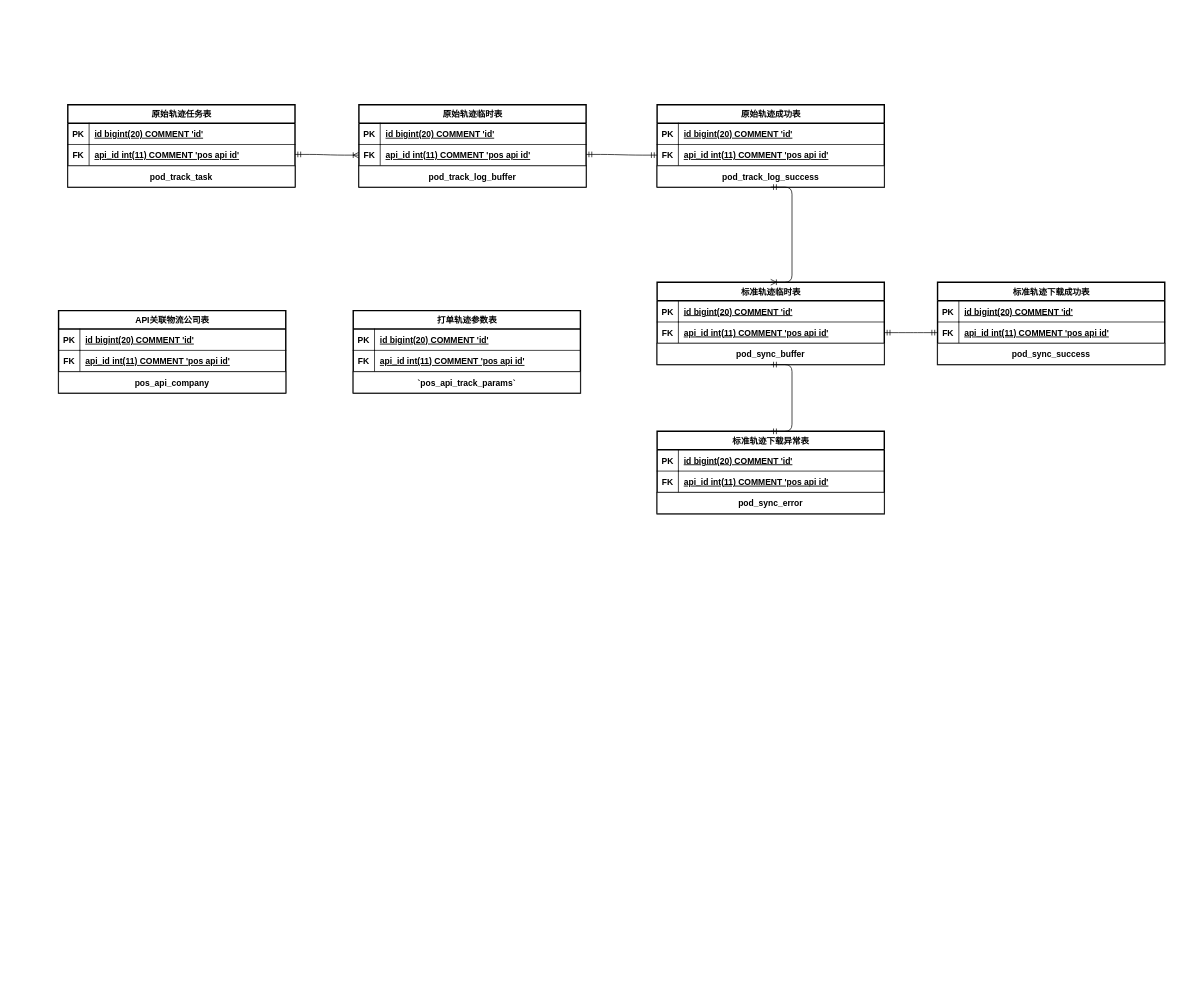
The draw.io diagram page "数据库表ER图" (1 of 4) of 平台轨迹.drawio in xianguigit/drawio, before the edit. Source tidied: cells renumbered, new cells numbered last; positions are measured from the earlier drawing's top-left corner, leaving out a move shared by most shapes. Both pictures are drawn from the tidied source at 71%, with x=0, y=0 at pixel (58, 104).
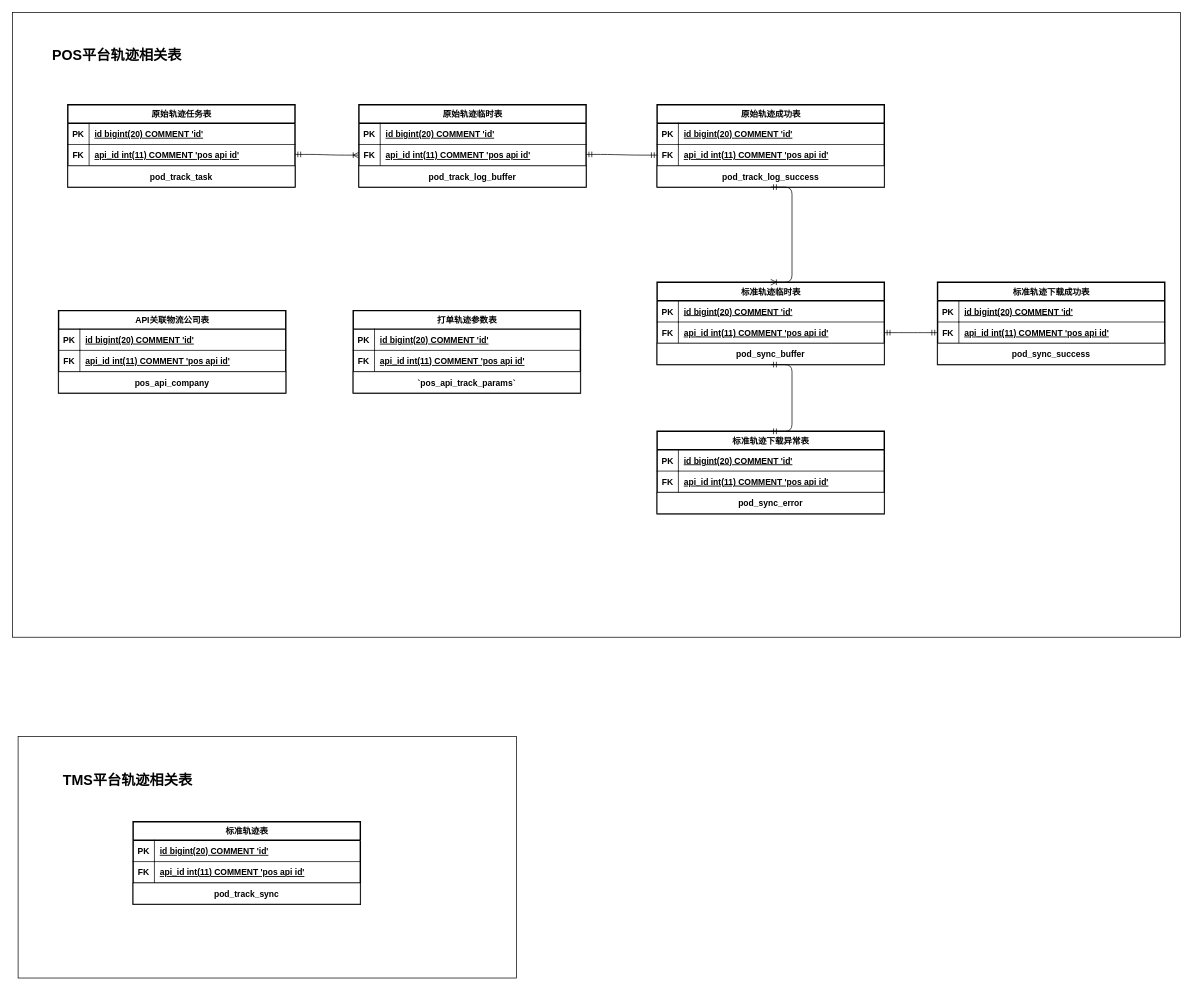
Above is the later version.

The edit, as a diff of the source:
```diff
@@
+    <mxCell id="71" style="rounded=0;whiteSpace=wrap;html=1;fontSize=20;fontColor=#000000;" parent="1" vertex="1">
+      <mxGeometry x="-65" y="-130" width="1645" height="880" as="geometry" />
+    </mxCell>
+    <mxCell id="72" value="&lt;b&gt;POS平台轨迹相关表&lt;/b&gt;" style="text;html=1;strokeColor=none;fillColor=none;align=center;verticalAlign=middle;whiteSpace=wrap;rounded=0;fontSize=20;fontColor=#000000;" parent="1" vertex="1">
+      <mxGeometry x="-10" y="-80" width="185" height="20" as="geometry" />
+    </mxCell>
@@
+    <mxCell id="73" style="rounded=0;whiteSpace=wrap;html=1;fontSize=20;fontColor=#000000;" parent="1" vertex="1">
+      <mxGeometry x="-57" y="890" width="702" height="340" as="geometry" />
+    </mxCell>
+    <mxCell id="74" value="&lt;b&gt;TMS平台轨迹相关表&lt;/b&gt;" style="text;html=1;strokeColor=none;fillColor=none;align=center;verticalAlign=middle;whiteSpace=wrap;rounded=0;fontSize=20;fontColor=#000000;" parent="1" vertex="1">
+      <mxGeometry y="940" width="195" height="20" as="geometry" />
+    </mxCell>
+    <mxCell id="75" value="&lt;div style=&quot;text-align: left&quot;&gt;&lt;font face=&quot;helvetica&quot;&gt;&lt;span style=&quot;font-size: 12px&quot;&gt;标准轨迹表&lt;/span&gt;&lt;/font&gt;&lt;br&gt;&lt;/div&gt;" style="swimlane;fontStyle=1;horizontal=1;startSize=26;align=center;fontSize=14;shadow=0;fontFamily=Lucida Console;rounded=0;glass=0;labelBackgroundColor=none;comic=0;sketch=0;strokeWidth=2;fillColor=#ffffff;gradientColor=#FFFFFF;html=1;" parent="1" vertex="1">
+      <mxGeometry x="105" y="1010" width="320" height="116" as="geometry" />
+    </mxCell>
+    <mxCell id="76" style="shape=partialRectangle;fillColor=none;top=0;left=0;bottom=1;right=0;shadow=0;fontSize=20;align=center;" parent="75" vertex="1">
+      <mxGeometry y="26" width="320" height="30" as="geometry" />
+    </mxCell>
+    <mxCell id="77" value="PK" style="shape=partialRectangle;fillColor=none;top=0;left=0;bottom=0;right=1;fontStyle=1;overflow=hidden;" parent="76" vertex="1">
+      <mxGeometry width="30" height="30" as="geometry" />
+    </mxCell>
+    <mxCell id="78" value="id bigint(20) COMMENT 'id'" style="shape=partialRectangle;fillColor=none;top=0;left=0;bottom=0;right=0;align=left;spacingLeft=6;fontStyle=5;overflow=hidden;" parent="76" vertex="1">
+      <mxGeometry x="30" width="290" height="30" as="geometry" />
+    </mxCell>
+    <mxCell id="79" style="shape=partialRectangle;fillColor=none;top=0;left=0;bottom=1;right=0;shadow=0;fontSize=20;align=center;" parent="75" vertex="1">
+      <mxGeometry y="56" width="320" height="30" as="geometry" />
+    </mxCell>
+    <mxCell id="80" value="FK" style="shape=partialRectangle;fillColor=none;top=0;left=0;bottom=0;right=1;fontStyle=1;overflow=hidden;" parent="79" vertex="1">
+      <mxGeometry width="30" height="30" as="geometry" />
+    </mxCell>
+    <mxCell id="81" value="api_id int(11) COMMENT 'pos api id'" style="shape=partialRectangle;fillColor=none;top=0;left=0;bottom=0;right=0;align=left;spacingLeft=6;fontStyle=5;overflow=hidden;" parent="79" vertex="1">
+      <mxGeometry x="30" width="290" height="30" as="geometry" />
+    </mxCell>
+    <mxCell id="82" value="pod_track_sync" style="shape=table;startSize=30;childLayout=tableLayout;rowLines=0;fontStyle=1;align=center;" parent="75" vertex="1" collapsed="1">
+      <mxGeometry y="86" width="320" height="30" as="geometry" />
+    </mxCell>
```
